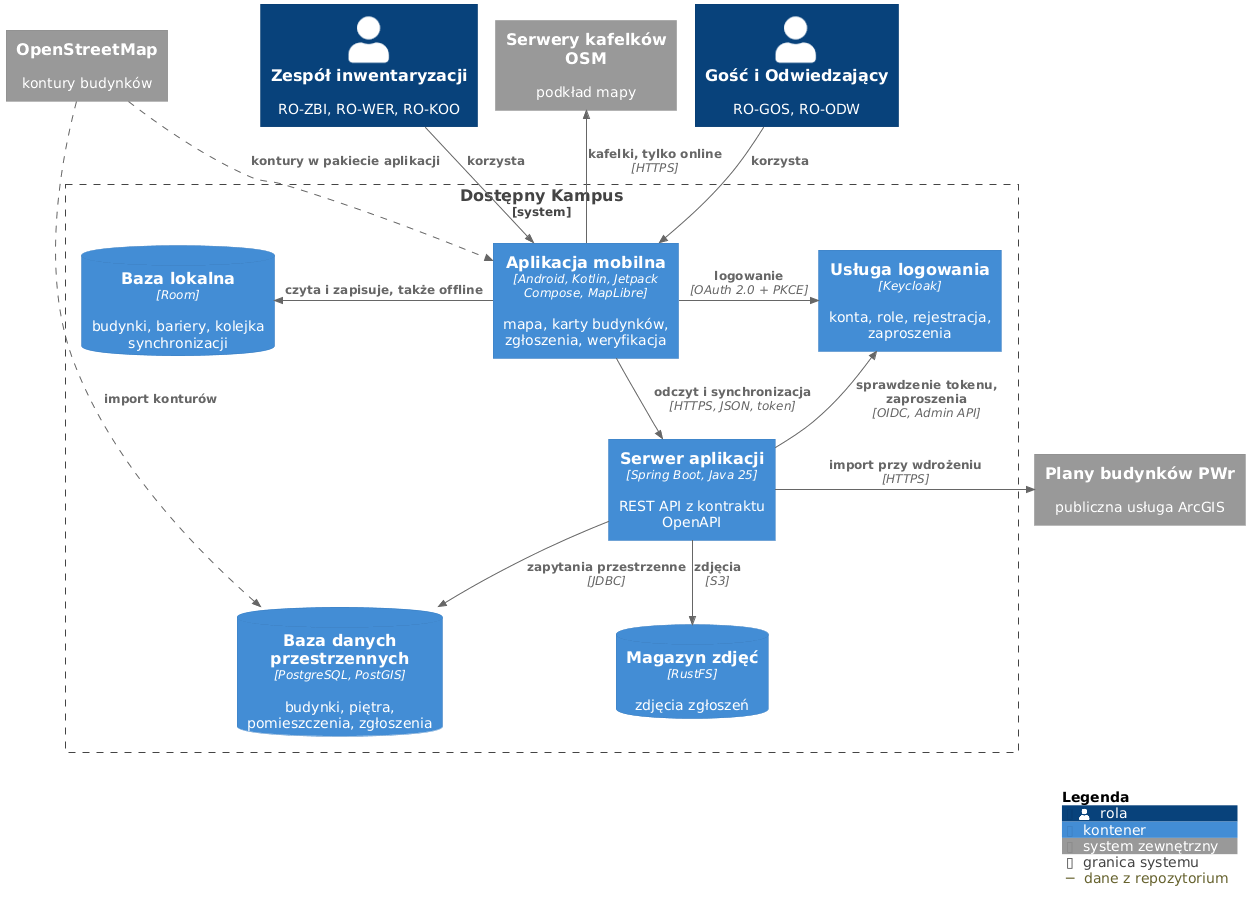
dostepny-kampus/dostepny-kampus keeps this PlantUML diagram as docs/docs/_generated/c4-kontenery.png. Above is the earlier version. Source of this version:
```plantuml
@startuml
!pragma layout smetana
!include <C4/C4_Container>
!$LEGEND_TITLE_TEXT = "Legenda"
HIDE_STEREOTYPE()
UpdateElementStyle("person", $legendText="rola")
UpdateElementStyle("container", $legendText="kontener")
UpdateElementStyle("external_system", $legendText="system zewnętrzny")
UpdateSystemBoundaryStyle($legendText="granica systemu", $type="system")
AddRelTag("dane", $lineStyle = DashedLine(), $legendText="dane z repozytorium")

Person(pub, "Gość i Odwiedzający", "RO-GOS, RO-ODW")
Person(zes, "Zespół inwentaryzacji", "RO-ZBI, RO-WER, RO-KOO")
System_Ext(osm, "OpenStreetMap", "kontury budynków")
System_Ext(tiles, "Serwery kafelków OSM", "podkład mapy")

System_Boundary(dk, "Dostępny Kampus") {
  Container(app, "Aplikacja mobilna", "Android, Kotlin, Jetpack Compose, MapLibre", "mapa, karty budynków, zgłoszenia, weryfikacja")
  ContainerDb(local, "Baza lokalna", "Room", "budynki, bariery, kolejka synchronizacji")
  Container(kc, "Usługa logowania", "Keycloak", "konta, role, rejestracja, zaproszenia")
  Container(srv, "Serwer aplikacji", "Spring Boot, Java 25", "REST API z kontraktu OpenAPI")
  ContainerDb(db, "Baza danych przestrzennych", "PostgreSQL, PostGIS", "budynki, piętra, pomieszczenia, zgłoszenia")
  ContainerDb(foto, "Magazyn zdjęć", "RustFS", "zdjęcia zgłoszeń")
}

System_Ext(arc, "Plany budynków PWr", "publiczna usługa ArcGIS")

Rel_D(pub, app, "korzysta")
Rel_D(zes, app, "korzysta")
Rel_L(app, local, "czyta i zapisuje, także offline")
Rel_R(app, kc, "logowanie", "OAuth 2.0 + PKCE")
Rel_U(app, tiles, "kafelki, tylko online", "HTTPS")
Rel_D(app, srv, "odczyt i synchronizacja", "HTTPS, JSON, token")
Rel_U(srv, kc, "sprawdzenie tokenu, zaproszenia", "OIDC, Admin API")
Rel_D(srv, db, "zapytania przestrzenne", "JDBC")
Rel_D(srv, foto, "zdjęcia", "S3")
Rel_R(srv, arc, "import przy wdrożeniu", "HTTPS")
Rel_D(osm, app, "kontury w pakiecie aplikacji", $tags="dane")
Rel_D(osm, db, "import konturów", $tags="dane")

SHOW_LEGEND()
@enduml
```
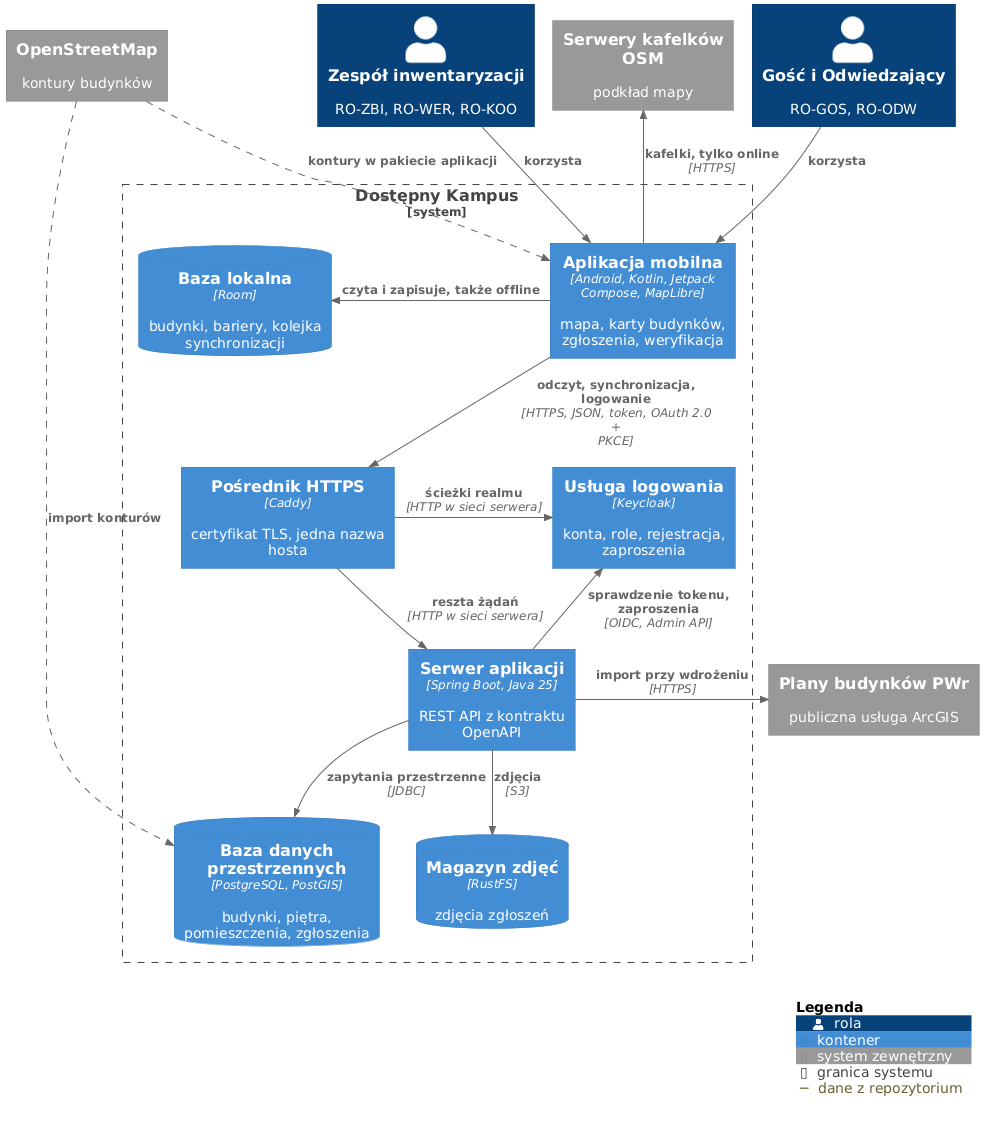
Above is the later version.

Commit message:
docs(architektura): wyrenderowany diagram kontenerów z pośrednikiem https

The edit, as a diff of the source:
```diff
@@ -17,6 +17,7 @@
 System_Boundary(dk, "Dostępny Kampus") {
   Container(app, "Aplikacja mobilna", "Android, Kotlin, Jetpack Compose, MapLibre", "mapa, karty budynków, zgłoszenia, weryfikacja")
   ContainerDb(local, "Baza lokalna", "Room", "budynki, bariery, kolejka synchronizacji")
+  Container(pos, "Pośrednik HTTPS", "Caddy", "certyfikat TLS, jedna nazwa hosta")
   Container(kc, "Usługa logowania", "Keycloak", "konta, role, rejestracja, zaproszenia")
   Container(srv, "Serwer aplikacji", "Spring Boot, Java 25", "REST API z kontraktu OpenAPI")
   ContainerDb(db, "Baza danych przestrzennych", "PostgreSQL, PostGIS", "budynki, piętra, pomieszczenia, zgłoszenia")
@@ -28,9 +29,10 @@
 Rel_D(pub, app, "korzysta")
 Rel_D(zes, app, "korzysta")
 Rel_L(app, local, "czyta i zapisuje, także offline")
-Rel_R(app, kc, "logowanie", "OAuth 2.0 + PKCE")
 Rel_U(app, tiles, "kafelki, tylko online", "HTTPS")
-Rel_D(app, srv, "odczyt i synchronizacja", "HTTPS, JSON, token")
+Rel_D(app, pos, "odczyt, synchronizacja, logowanie", "HTTPS, JSON, token, OAuth 2.0 + PKCE")
+Rel_R(pos, kc, "ścieżki realmu", "HTTP w sieci serwera")
+Rel_D(pos, srv, "reszta żądań", "HTTP w sieci serwera")
 Rel_U(srv, kc, "sprawdzenie tokenu, zaproszenia", "OIDC, Admin API")
 Rel_D(srv, db, "zapytania przestrzenne", "JDBC")
 Rel_D(srv, foto, "zdjęcia", "S3")
```
